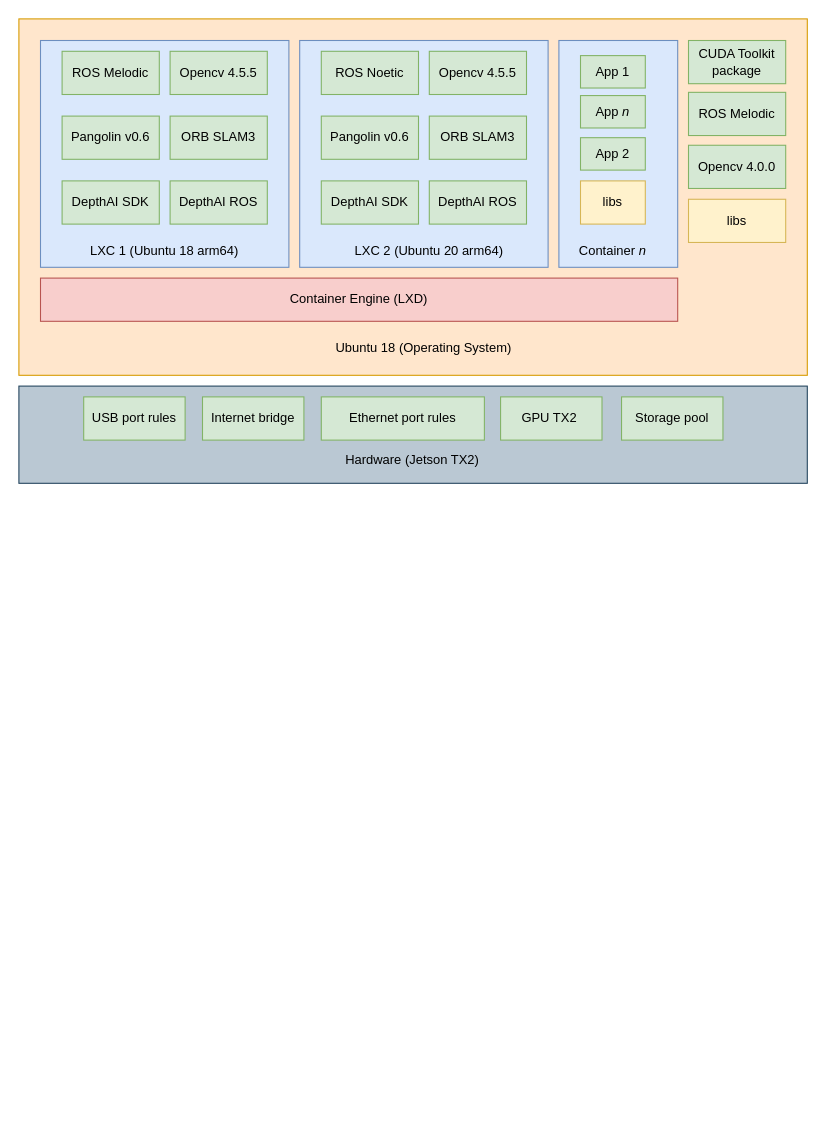
This is lxc_jetson.drawio from ditodamaru/datapoint, a draw.io file, before an edit. Source tidied: cells renumbered, new cells numbered last; positions are measured from the earlier drawing's top-left corner, leaving out a move shared by most shapes. Both pictures are drawn from the tidied source at 108%, with x=0, y=0 at pixel (18, 18).
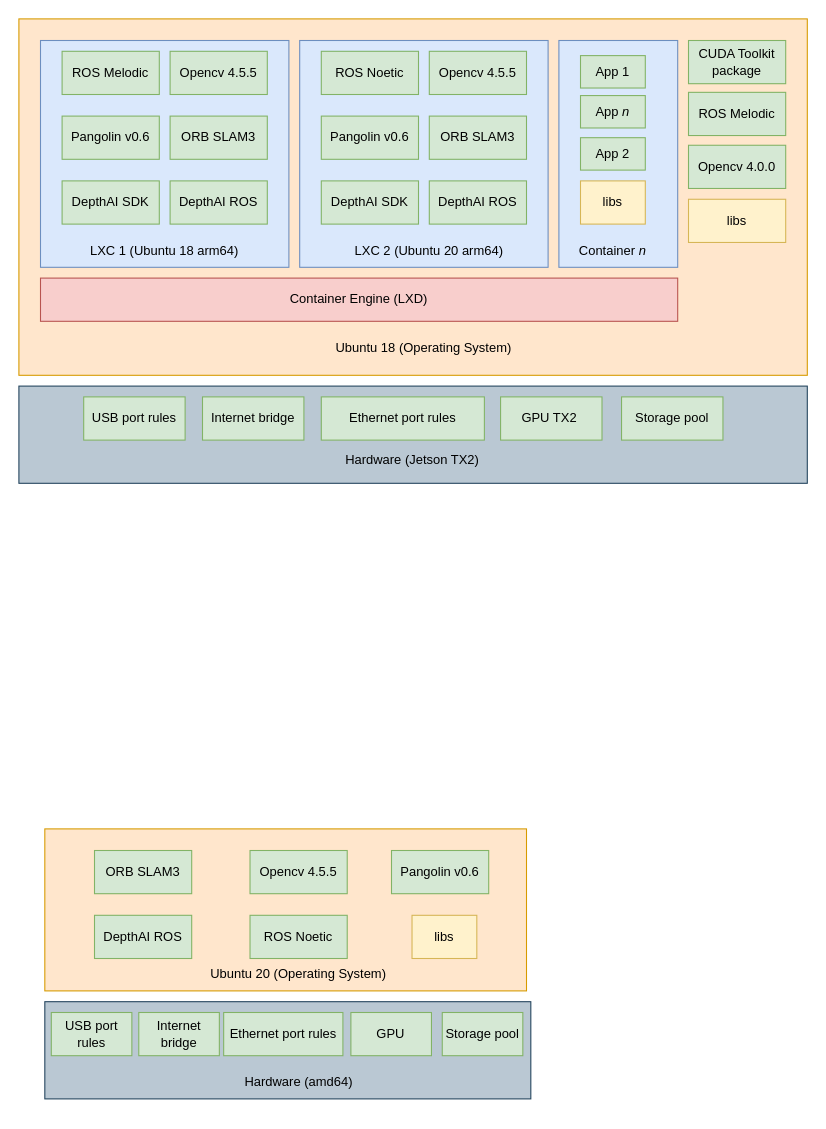
Above is the later version.

What changed in the source:
```diff
@@
+    <mxCell id="42" style="group;" parent="1" vertex="1">
+      <mxGeometry x="24" y="910" width="580" height="100" as="geometry" />
+    </mxCell>
+    <mxCell id="43" style="rounded=0;whiteSpace=wrap;html=1;fillColor=#bac8d3;strokeColor=#23445d;" parent="42" vertex="1">
+      <mxGeometry width="450" height="90" as="geometry" />
+    </mxCell>
+    <mxCell id="44" value="Hardware (amd64)&amp;nbsp;" style="text;html=1;strokeColor=none;fillColor=none;align=center;verticalAlign=middle;whiteSpace=wrap;rounded=0;" parent="42" vertex="1">
+      <mxGeometry x="146" y="60" width="182.3" height="30" as="geometry" />
+    </mxCell>
+    <mxCell id="45" value="USB port rules" style="rounded=0;whiteSpace=wrap;html=1;fillColor=#d5e8d4;strokeColor=#82b366;" parent="42" vertex="1">
+      <mxGeometry x="6" y="10" width="74.6" height="40" as="geometry" />
+    </mxCell>
+    <mxCell id="46" value="Internet bridge" style="rounded=0;whiteSpace=wrap;html=1;fillColor=#d5e8d4;strokeColor=#82b366;" parent="42" vertex="1">
+      <mxGeometry x="87" y="10" width="74.6" height="40" as="geometry" />
+    </mxCell>
+    <mxCell id="47" value="Ethernet port rules" style="rounded=0;whiteSpace=wrap;html=1;fillColor=#d5e8d4;strokeColor=#82b366;" parent="42" vertex="1">
+      <mxGeometry x="165.6" y="10" width="110.4" height="40" as="geometry" />
+    </mxCell>
+    <mxCell id="48" value="GPU" style="rounded=0;whiteSpace=wrap;html=1;fillColor=#d5e8d4;strokeColor=#82b366;" parent="42" vertex="1">
+      <mxGeometry x="283.4" y="10" width="74.6" height="40" as="geometry" />
+    </mxCell>
+    <mxCell id="49" value="Storage pool" style="rounded=0;whiteSpace=wrap;html=1;fillColor=#d5e8d4;strokeColor=#82b366;" parent="42" vertex="1">
+      <mxGeometry x="368" y="10" width="74.6" height="40" as="geometry" />
+    </mxCell>
+    <mxCell id="50" style="rounded=0;whiteSpace=wrap;html=1;fillColor=#ffe6cc;strokeColor=#d79b00;" parent="1" vertex="1">
+      <mxGeometry x="24" y="750" width="446" height="150" as="geometry" />
+    </mxCell>
+    <mxCell id="51" value="Ubuntu 20 (Operating System)" style="text;html=1;strokeColor=none;fillColor=none;align=center;verticalAlign=middle;whiteSpace=wrap;rounded=0;" parent="1" vertex="1">
+      <mxGeometry x="154" y="870" width="210" height="30" as="geometry" />
+    </mxCell>
+    <mxCell id="52" style="edgeStyle=none;curved=1;rounded=0;orthogonalLoop=1;jettySize=auto;html=1;exitX=0.5;exitY=0;exitDx=0;exitDy=0;fontSize=12;startSize=8;endSize=8;" parent="1" edge="1" source="51" target="51">
+      <mxGeometry relative="1" as="geometry" />
+    </mxCell>
+    <mxCell id="53" value="ROS Noetic" style="rounded=0;whiteSpace=wrap;html=1;fillColor=#d5e8d4;strokeColor=#82b366;" parent="1" vertex="1">
+      <mxGeometry x="214" y="830" width="90" height="40" as="geometry" />
+    </mxCell>
+    <mxCell id="54" value="Opencv 4.5.5" style="rounded=0;whiteSpace=wrap;html=1;fillColor=#d5e8d4;strokeColor=#82b366;" parent="1" vertex="1">
+      <mxGeometry x="214" y="770" width="90" height="40" as="geometry" />
+    </mxCell>
+    <mxCell id="55" value="ORB SLAM3" style="rounded=0;whiteSpace=wrap;html=1;fillColor=#d5e8d4;strokeColor=#82b366;" parent="1" vertex="1">
+      <mxGeometry x="70" y="770" width="90" height="40" as="geometry" />
+    </mxCell>
+    <mxCell id="56" value="DepthAI ROS" style="rounded=0;whiteSpace=wrap;html=1;fillColor=#d5e8d4;strokeColor=#82b366;" parent="1" vertex="1">
+      <mxGeometry x="70" y="830" width="90" height="40" as="geometry" />
+    </mxCell>
+    <mxCell id="57" value="Pangolin v0.6" style="rounded=0;whiteSpace=wrap;html=1;fillColor=#d5e8d4;strokeColor=#82b366;" parent="1" vertex="1">
+      <mxGeometry x="345" y="770" width="90" height="40" as="geometry" />
+    </mxCell>
+    <mxCell id="58" value="libs" style="rounded=0;whiteSpace=wrap;html=1;fillColor=#fff2cc;strokeColor=#d6b656;" parent="1" vertex="1">
+      <mxGeometry x="364" y="830" width="60" height="40" as="geometry" />
+    </mxCell>
```
